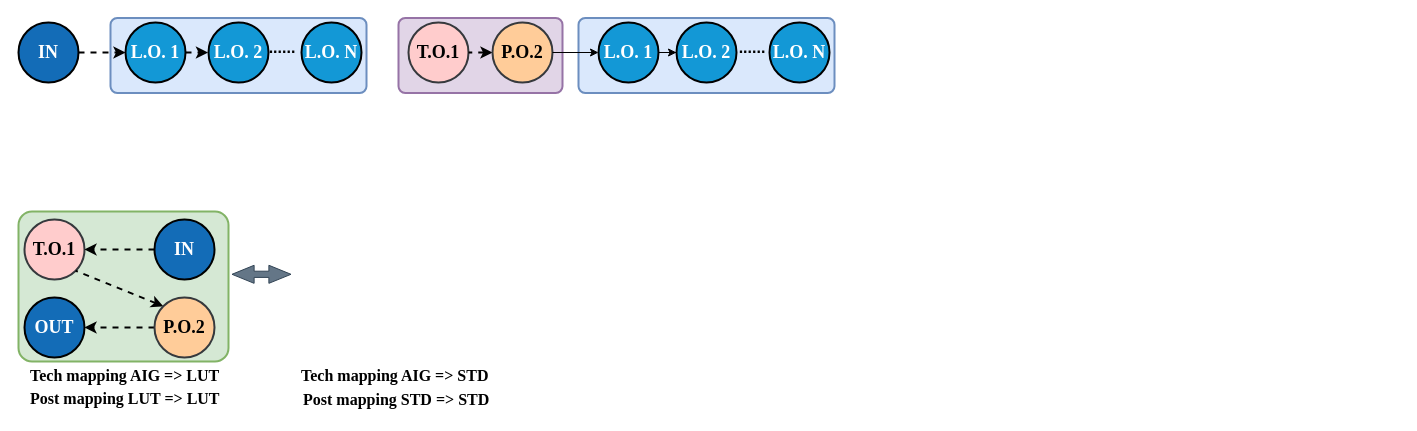
This is asicmodeling.drawio from kxzhu0505/LogicSynOpt, a draw.io file, before an edit. Source tidied: cells renumbered, new cells numbered last; positions are measured from the earlier drawing's top-left corner, leaving out a move shared by most shapes. Both pictures are drawn from the tidied source at 100%, with x=0, y=0 at pixel (18, 17).
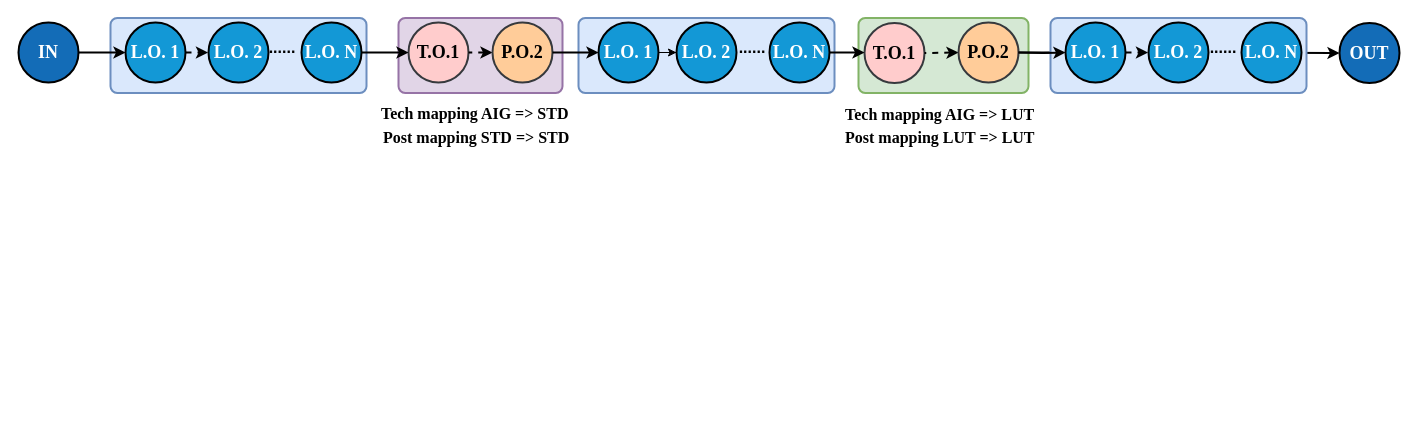
The same page after the edit.

The change refers to these unchanged cells:
```xml
<mxCell id="4" value="&lt;font color=&quot;#ffffff&quot; face=&quot;Times New Roman&quot; style=&quot;font-size: 18px;&quot;&gt;&lt;b&gt;L.O. 1&lt;/b&gt;&lt;/font&gt;" style="ellipse;whiteSpace=wrap;html=1;strokeWidth=2;fillColor=#1398D6;" parent="1" vertex="1">
  <mxGeometry x="107" y="5" width="60" height="60" as="geometry" />
</mxCell>
<mxCell id="5" value="&lt;b style=&quot;font-family: &amp;quot;Times New Roman&amp;quot;; font-size: 18px;&quot;&gt;&lt;font color=&quot;#ffffff&quot;&gt;L.O. N&lt;/font&gt;&lt;/b&gt;" style="ellipse;whiteSpace=wrap;html=1;strokeWidth=2;fillColor=#1398D6;" parent="1" vertex="1">
  <mxGeometry x="283" y="5" width="60" height="60" as="geometry" />
</mxCell>
<mxCell id="7" value="&lt;b style=&quot;font-family: &amp;quot;Times New Roman&amp;quot;; font-size: 18px;&quot;&gt;&lt;font color=&quot;#ffffff&quot;&gt;IN&lt;/font&gt;&lt;/b&gt;" style="ellipse;whiteSpace=wrap;html=1;strokeWidth=2;fillColor=#136cb7;" parent="1" vertex="1">
  <mxGeometry y="5" width="60" height="60" as="geometry" />
</mxCell>
<mxCell id="16" value="&lt;font face=&quot;Times New Roman&quot; style=&quot;font-size: 18px;&quot;&gt;&lt;b&gt;T.O.1&lt;/b&gt;&lt;/font&gt;" style="ellipse;whiteSpace=wrap;html=1;strokeWidth=2;fillColor=#ffcccc;strokeColor=#36393d;" parent="1" vertex="1">
  <mxGeometry x="390" y="5" width="60" height="60" as="geometry" />
</mxCell>
<mxCell id="18" value="&lt;b style=&quot;font-family: &amp;quot;Times New Roman&amp;quot;; font-size: 18px;&quot;&gt;P.O.2&lt;/b&gt;" style="ellipse;whiteSpace=wrap;html=1;strokeWidth=2;fillColor=#ffcc99;strokeColor=#36393d;" parent="1" vertex="1">
  <mxGeometry x="474" y="5" width="60" height="60" as="geometry" />
</mxCell>
<mxCell id="28" value="&lt;font color=&quot;#ffffff&quot; face=&quot;Times New Roman&quot; style=&quot;font-size: 18px;&quot;&gt;&lt;b&gt;L.O. 1&lt;/b&gt;&lt;/font&gt;" style="ellipse;whiteSpace=wrap;html=1;strokeWidth=2;fillColor=#1398D6;" parent="1" vertex="1">
  <mxGeometry x="580" y="5" width="60" height="60" as="geometry" />
</mxCell>
<mxCell id="29" value="&lt;b style=&quot;font-family: &amp;quot;Times New Roman&amp;quot;; font-size: 18px;&quot;&gt;&lt;font color=&quot;#ffffff&quot;&gt;L.O. N&lt;/font&gt;&lt;/b&gt;" style="ellipse;whiteSpace=wrap;html=1;strokeWidth=2;fillColor=#1398D6;" parent="1" vertex="1">
  <mxGeometry x="751" y="5" width="60" height="60" as="geometry" />
</mxCell>
```

What changed in the source:
```diff
@@
-    <mxCell id="6" style="edgeStyle=orthogonalEdgeStyle;rounded=0;jettySize=auto;html=1;strokeWidth=2;dashed=1;entryX=0;entryY=0.5;entryDx=0;entryDy=0;" parent="1" edge="1" source="7" target="4">
+    <mxCell id="6" style="edgeStyle=orthogonalEdgeStyle;rounded=0;jettySize=auto;html=1;strokeWidth=2;entryX=0;entryY=0.5;entryDx=0;entryDy=0;" parent="1" edge="1" source="7" target="4">
       <mxGeometry relative="1" as="geometry" />
     </mxCell>
@@
     <mxCell id="8" style="rounded=1;whiteSpace=wrap;html=1;arcSize=9;fillColor=#d5e8d4;strokeColor=#82b366;strokeWidth=2;" parent="1" vertex="1">
-      <mxGeometry y="194" width="210" height="150" as="geometry" />
+      <mxGeometry x="840" y="0.5" width="170" height="75" as="geometry" />
     </mxCell>
     <mxCell id="9" value="&lt;font face=&quot;Times New Roman&quot; style=&quot;font-size: 18px;&quot;&gt;&lt;b&gt;T.O.1&lt;/b&gt;&lt;/font&gt;" style="ellipse;whiteSpace=wrap;html=1;strokeWidth=2;fillColor=#ffcccc;strokeColor=#36393d;" parent="1" vertex="1">
-      <mxGeometry x="6" y="202" width="60" height="60" as="geometry" />
+      <mxGeometry x="846" y="5.5" width="60" height="60" as="geometry" />
     </mxCell>
-    <mxCell id="10" style="rounded=0;jettySize=auto;html=1;entryX=1;entryY=1;entryDx=0;entryDy=0;exitX=0;exitY=0;exitDx=0;exitDy=0;strokeWidth=2;startArrow=classic;startFill=1;dashed=1;endArrow=none;endFill=0;" parent="1" edge="1" source="12" target="9">
+    <mxCell id="10" style="rounded=0;jettySize=auto;html=1;entryX=1;entryY=0.5;entryDx=0;entryDy=0;exitX=0;exitY=0.5;exitDx=0;exitDy=0;strokeWidth=2;startArrow=classic;startFill=1;dashed=1;endArrow=none;endFill=0;" parent="1" edge="1" source="12" target="9">
       <mxGeometry relative="1" as="geometry" />
     </mxCell>
-    <mxCell id="11" style="edgeStyle=orthogonalEdgeStyle;rounded=0;jettySize=auto;html=1;entryX=1;entryY=0.5;entryDx=0;entryDy=0;strokeWidth=2;dashed=1;" parent="1" edge="1" source="12" target="13">
-      <mxGeometry relative="1" as="geometry" />
-    </mxCell>
     <mxCell id="12" value="&lt;b style=&quot;font-family: &amp;quot;Times New Roman&amp;quot;; font-size: 18px;&quot;&gt;P.O.2&lt;/b&gt;" style="ellipse;whiteSpace=wrap;html=1;strokeWidth=2;fillColor=#ffcc99;strokeColor=#36393d;" parent="1" vertex="1">
-      <mxGeometry x="136" y="280" width="60" height="60" as="geometry" />
+      <mxGeometry x="940" y="5" width="60" height="60" as="geometry" />
     </mxCell>
-    <mxCell id="13" value="&lt;b style=&quot;font-family: &amp;quot;Times New Roman&amp;quot;; font-size: 18px;&quot;&gt;&lt;font color=&quot;#ffffff&quot;&gt;OUT&lt;/font&gt;&lt;/b&gt;" style="ellipse;whiteSpace=wrap;html=1;strokeWidth=2;fillColor=#136CB7;" parent="1" vertex="1">
-      <mxGeometry x="6" y="280" width="60" height="60" as="geometry" />
-    </mxCell>
-    <mxCell id="14" style="edgeStyle=orthogonalEdgeStyle;rounded=0;jettySize=auto;html=1;entryX=1;entryY=0.5;entryDx=0;entryDy=0;strokeWidth=2;dashed=1;" parent="1" edge="1" source="15" target="9">
-      <mxGeometry relative="1" as="geometry" />
-    </mxCell>
-    <mxCell id="15" value="&lt;b style=&quot;font-family: &amp;quot;Times New Roman&amp;quot;; font-size: 18px;&quot;&gt;&lt;font color=&quot;#ffffff&quot;&gt;IN&lt;/font&gt;&lt;/b&gt;" style="ellipse;whiteSpace=wrap;html=1;strokeWidth=2;fillColor=#136CB7;" parent="1" vertex="1">
-      <mxGeometry x="136" y="202" width="60" height="60" as="geometry" />
-    </mxCell>
@@
     <mxCell id="19" value="&lt;p style=&quot;language:zh-CN;margin-top:0pt;margin-bottom:0pt;margin-left:0in;&lt;br/&gt;text-align:center;direction:ltr;unicode-bidi:embed;mso-line-break-override:&lt;br/&gt;none;word-break:normal;punctuation-wrap:hanging&quot;&gt;&lt;span style=&quot;font-size:12.0pt;&lt;br/&gt;font-family:&amp;quot;Times New Roman&amp;quot;;mso-ascii-font-family:&amp;quot;Times New Roman&amp;quot;;&lt;br/&gt;mso-fareast-font-family:等线;mso-bidi-font-family:&amp;quot;Times New Roman&amp;quot;;mso-fareast-theme-font:&lt;br/&gt;minor-fareast;color:black;mso-color-index:1;mso-font-kerning:12.0pt;language:&lt;br/&gt;en-US;font-weight:bold;mso-style-textfill-type:solid;mso-style-textfill-fill-themecolor:&lt;br/&gt;text1;mso-style-textfill-fill-color:black;mso-style-textfill-fill-alpha:100.0%&quot;&gt;&lt;font face=&quot;Times New Roman&quot;&gt;Tech mapping AIG =&amp;gt; LUT&lt;/font&gt;&lt;/span&gt;&lt;/p&gt;" style="text;whiteSpace=wrap;html=1;" parent="1" vertex="1">
-      <mxGeometry x="10" y="342" width="200" height="30" as="geometry" />
+      <mxGeometry x="825" y="81" width="200" height="30" as="geometry" />
     </mxCell>
     <mxCell id="20" value="&lt;p style=&quot;language:zh-CN;margin-top:0pt;margin-bottom:0pt;margin-left:0in;&lt;br/&gt;text-align:center;direction:ltr;unicode-bidi:embed;mso-line-break-override:&lt;br/&gt;none;word-break:normal;punctuation-wrap:hanging&quot;&gt;&lt;span style=&quot;font-size:12.0pt;&lt;br/&gt;font-family:&amp;quot;Times New Roman&amp;quot;;mso-ascii-font-family:&amp;quot;Times New Roman&amp;quot;;&lt;br/&gt;mso-fareast-font-family:等线;mso-bidi-font-family:&amp;quot;Times New Roman&amp;quot;;mso-fareast-theme-font:&lt;br/&gt;minor-fareast;color:black;mso-color-index:1;mso-font-kerning:12.0pt;language:&lt;br/&gt;en-US;font-weight:bold;mso-style-textfill-type:solid;mso-style-textfill-fill-themecolor:&lt;br/&gt;text1;mso-style-textfill-fill-color:black;mso-style-textfill-fill-alpha:100.0%&quot;&gt;&lt;font face=&quot;Times New Roman&quot;&gt;Post mapping LUT =&amp;gt; LUT&lt;/font&gt;&lt;/span&gt;&lt;/p&gt;" style="text;whiteSpace=wrap;html=1;" parent="1" vertex="1">
-      <mxGeometry x="10" y="365" width="200" height="30" as="geometry" />
+      <mxGeometry x="825" y="104" width="200" height="30" as="geometry" />
     </mxCell>
     <mxCell id="21" value="&lt;p style=&quot;language:zh-CN;margin-top:0pt;margin-bottom:0pt;margin-left:0in;&lt;br/&gt;text-align:center;direction:ltr;unicode-bidi:embed;mso-line-break-override:&lt;br/&gt;none;word-break:normal;punctuation-wrap:hanging&quot;&gt;&lt;span style=&quot;font-size:12.0pt;&lt;br/&gt;font-family:&amp;quot;Times New Roman&amp;quot;;mso-ascii-font-family:&amp;quot;Times New Roman&amp;quot;;&lt;br/&gt;mso-fareast-font-family:等线;mso-bidi-font-family:&amp;quot;Times New Roman&amp;quot;;mso-fareast-theme-font:&lt;br/&gt;minor-fareast;color:black;mso-color-index:1;mso-font-kerning:12.0pt;language:&lt;br/&gt;en-US;font-weight:bold;mso-style-textfill-type:solid;mso-style-textfill-fill-themecolor:&lt;br/&gt;text1;mso-style-textfill-fill-color:black;mso-style-textfill-fill-alpha:100.0%&quot;&gt;&lt;font face=&quot;Times New Roman&quot;&gt;Tech mapping AIG =&amp;gt; STD&lt;/font&gt;&lt;/span&gt;&lt;/p&gt;" style="text;whiteSpace=wrap;html=1;" parent="1" vertex="1">
-      <mxGeometry x="281" y="342" width="200" height="30" as="geometry" />
+      <mxGeometry x="361" y="80" width="200" height="30" as="geometry" />
     </mxCell>
     <mxCell id="22" value="&lt;p style=&quot;language:zh-CN;margin-top:0pt;margin-bottom:0pt;margin-left:0in;&lt;br/&gt;text-align:center;direction:ltr;unicode-bidi:embed;mso-line-break-override:&lt;br/&gt;none;word-break:normal;punctuation-wrap:hanging&quot;&gt;&lt;span style=&quot;font-size:12.0pt;&lt;br/&gt;font-family:&amp;quot;Times New Roman&amp;quot;;mso-ascii-font-family:&amp;quot;Times New Roman&amp;quot;;&lt;br/&gt;mso-fareast-font-family:等线;mso-bidi-font-family:&amp;quot;Times New Roman&amp;quot;;mso-fareast-theme-font:&lt;br/&gt;minor-fareast;color:black;mso-color-index:1;mso-font-kerning:12.0pt;language:&lt;br/&gt;en-US;font-weight:bold;mso-style-textfill-type:solid;mso-style-textfill-fill-themecolor:&lt;br/&gt;text1;mso-style-textfill-fill-color:black;mso-style-textfill-fill-alpha:100.0%&quot;&gt;&lt;font face=&quot;Times New Roman&quot;&gt;Post mapping STD =&amp;gt; STD&lt;/font&gt;&lt;/span&gt;&lt;/p&gt;" style="text;whiteSpace=wrap;html=1;" parent="1" vertex="1">
-      <mxGeometry x="283" y="366" width="200" height="30" as="geometry" />
+      <mxGeometry x="363" y="104" width="200" height="30" as="geometry" />
     </mxCell>
-    <mxCell id="23" style="shape=flexArrow;endArrow=classic;startArrow=classic;html=1;rounded=0;width=6.206896551724139;endSize=7.036781609195403;startWidth=10.825736557008852;startSize=7.036781609195403;endWidth=10.825736557008852;fillColor=#647687;exitX=0.714;exitY=0;exitDx=0;exitDy=0;exitPerimeter=0;strokeColor=#314354;" parent="1" edge="1">
-      <mxGeometry relative="1" as="geometry">
-        <mxPoint x="213" y="256.8" as="sourcePoint" />
-        <mxPoint x="273" y="256.8" as="targetPoint" />
-      </mxGeometry>
-    </mxCell>
@@
-    <mxCell id="32" style="edgeStyle=orthogonalEdgeStyle;rounded=0;jettySize=auto;html=1;entryX=0;entryY=0.5;entryDx=0;entryDy=0;" parent="1" edge="1" source="18" target="28">
+    <mxCell id="32" style="edgeStyle=orthogonalEdgeStyle;rounded=0;jettySize=auto;html=1;entryX=0;entryY=0.5;entryDx=0;entryDy=0;strokeWidth=2;" parent="1" edge="1" source="18" target="28">
       <mxGeometry relative="1" as="geometry" />
     </mxCell>
@@
+    <mxCell id="13" value="&lt;b style=&quot;font-family: &amp;quot;Times New Roman&amp;quot;; font-size: 18px;&quot;&gt;&lt;font color=&quot;#ffffff&quot;&gt;OUT&lt;/font&gt;&lt;/b&gt;" style="ellipse;whiteSpace=wrap;html=1;strokeWidth=2;fillColor=#136CB7;" parent="1" vertex="1">
+      <mxGeometry x="1321" y="5.5" width="60" height="60" as="geometry" />
+    </mxCell>
+    <mxCell id="34" style="edgeStyle=orthogonalEdgeStyle;rounded=0;jettySize=auto;html=1;entryX=0;entryY=0.5;entryDx=0;entryDy=0;strokeWidth=2;exitX=1;exitY=0.5;exitDx=0;exitDy=0;" parent="1" edge="1" source="5" target="16">
+      <mxGeometry relative="1" as="geometry" />
+    </mxCell>
+    <mxCell id="35" style="edgeStyle=orthogonalEdgeStyle;rounded=0;jettySize=auto;html=1;entryX=0;entryY=0.5;entryDx=0;entryDy=0;strokeWidth=2;exitX=1;exitY=0.5;exitDx=0;exitDy=0;" parent="1" edge="1" source="29" target="9">
+      <mxGeometry relative="1" as="geometry" />
+    </mxCell>
+    <mxCell id="11" style="edgeStyle=orthogonalEdgeStyle;rounded=0;jettySize=auto;html=1;entryX=0;entryY=0.5;entryDx=0;entryDy=0;strokeWidth=2;exitX=1;exitY=0.5;exitDx=0;exitDy=0;" parent="1" edge="1" source="12" target="13">
+      <mxGeometry relative="1" as="geometry" />
+    </mxCell>
+    <mxCell id="36" style="rounded=1;whiteSpace=wrap;html=1;arcSize=9;fillColor=#dae8fc;strokeColor=#6c8ebf;strokeWidth=2;" parent="1" vertex="1">
+      <mxGeometry x="1032" y="0.5" width="256" height="75" as="geometry" />
+    </mxCell>
+    <mxCell id="37" value="&lt;font color=&quot;#ffffff&quot; face=&quot;Times New Roman&quot; style=&quot;font-size: 18px;&quot;&gt;&lt;b&gt;L.O. 1&lt;/b&gt;&lt;/font&gt;" style="ellipse;whiteSpace=wrap;html=1;strokeWidth=2;fillColor=#1398D6;" parent="1" vertex="1">
+      <mxGeometry x="1047" y="5" width="60" height="60" as="geometry" />
+    </mxCell>
+    <mxCell id="38" value="&lt;b style=&quot;font-family: &amp;quot;Times New Roman&amp;quot;; font-size: 18px;&quot;&gt;&lt;font color=&quot;#ffffff&quot;&gt;L.O. N&lt;/font&gt;&lt;/b&gt;" style="ellipse;whiteSpace=wrap;html=1;strokeWidth=2;fillColor=#1398D6;" parent="1" vertex="1">
+      <mxGeometry x="1223" y="5" width="60" height="60" as="geometry" />
+    </mxCell>
+    <mxCell id="39" style="edgeStyle=orthogonalEdgeStyle;rounded=0;jettySize=auto;html=1;strokeWidth=2;entryX=0;entryY=0.5;entryDx=0;entryDy=0;" parent="1" edge="1" target="37">
+      <mxGeometry relative="1" as="geometry">
+        <mxPoint x="1000" y="35" as="sourcePoint" />
+      </mxGeometry>
+    </mxCell>
+    <mxCell id="40" value="&lt;b style=&quot;&quot;&gt;&lt;font style=&quot;font-size: 16px;&quot;&gt;......&lt;/font&gt;&lt;/b&gt;" style="text;html=1;align=center;verticalAlign=middle;whiteSpace=wrap;rounded=0;" parent="1" vertex="1">
+      <mxGeometry x="1179" y="15.6" width="52" height="28.9" as="geometry" />
+    </mxCell>
+    <mxCell id="41" value="&lt;b style=&quot;font-family: &amp;quot;Times New Roman&amp;quot;; font-size: 18px;&quot;&gt;&lt;font color=&quot;#ffffff&quot;&gt;L.O. 2&lt;/font&gt;&lt;/b&gt;" style="ellipse;whiteSpace=wrap;html=1;strokeWidth=2;fillColor=#1398D6;" parent="1" vertex="1">
+      <mxGeometry x="1130" y="5" width="60" height="60" as="geometry" />
+    </mxCell>
+    <mxCell id="42" style="edgeStyle=orthogonalEdgeStyle;rounded=0;jettySize=auto;html=1;strokeWidth=2;dashed=1;entryX=0;entryY=0.5;entryDx=0;entryDy=0;exitX=1;exitY=0.5;exitDx=0;exitDy=0;" parent="1" edge="1" source="37">
+      <mxGeometry relative="1" as="geometry">
+        <mxPoint x="1129.5" y="34.8" as="targetPoint" />
+      </mxGeometry>
+    </mxCell>
```
